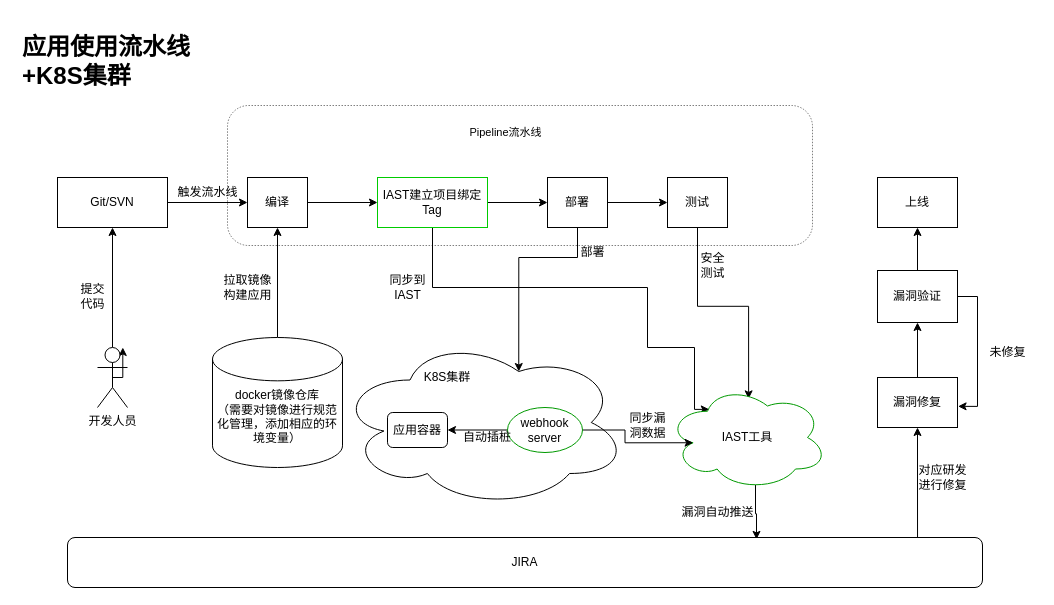
Earlier version of the draw.io diagram k8s.drawio (coutcin-xw/FlowChart). Source tidied: cells renumbered, new cells numbered last; positions are measured from the earlier drawing's top-left corner, leaving out a move shared by most shapes. Both pictures are drawn from the tidied source at 100%, with x=0, y=0 at pixel (17, 27).
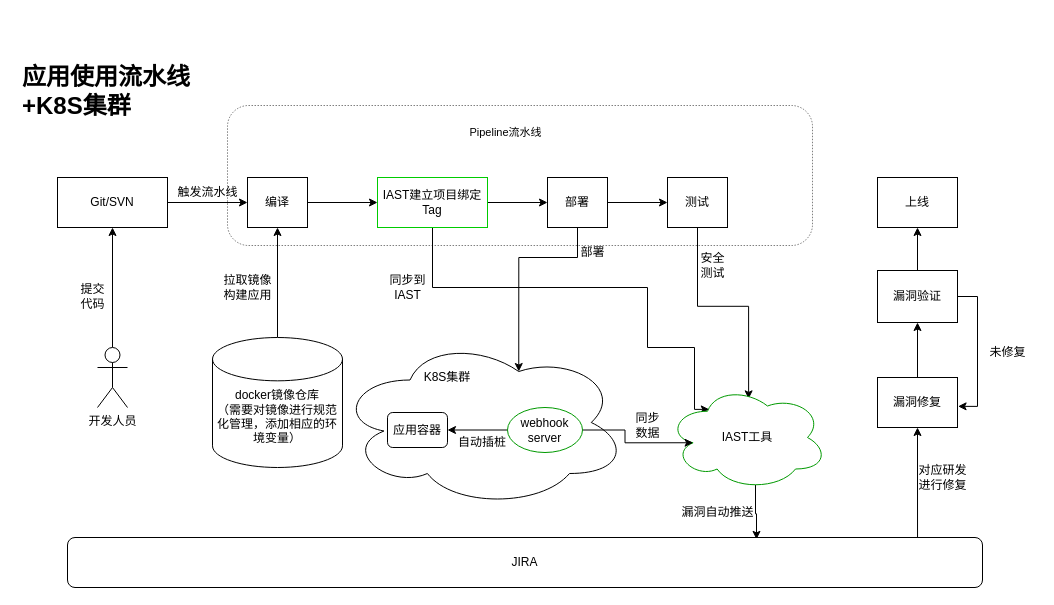
The same diagram, later.

The change refers to these unchanged cells:
```xml
<mxCell id="23" value="开发人员" style="shape=umlActor;verticalLabelPosition=bottom;verticalAlign=top;html=1;outlineConnect=0;" parent="1" vertex="1">
  <mxGeometry x="80" y="320" width="30" height="60" as="geometry" />
</mxCell>
```

Change to the diagram source:
```diff
@@
-    <mxCell id="22" style="edgeStyle=orthogonalEdgeStyle;rounded=0;jettySize=auto;html=1;exitX=0.5;exitY=0.5;exitDx=0;exitDy=0;exitPerimeter=0;" parent="1" edge="1" source="23">
-      <mxGeometry relative="1" as="geometry">
-        <mxPoint x="105.3" y="320" as="targetPoint" />
-      </mxGeometry>
-    </mxCell>
@@
     <mxCell id="30" value="&lt;h1&gt;应用使用流水线+K8S集群&lt;/h1&gt;" style="text;html=1;strokeColor=none;fillColor=none;spacing=5;spacingTop=-20;whiteSpace=wrap;overflow=hidden;rounded=0;" parent="1" vertex="1">
-      <mxGeometry width="190" height="120" as="geometry" />
+      <mxGeometry y="30" width="190" height="90" as="geometry" />
     </mxCell>
@@
     <mxCell id="40" value="自动插桩" style="text;html=1;strokeColor=none;fillColor=none;align=center;verticalAlign=middle;whiteSpace=wrap;rounded=0;" parent="1" vertex="1">
-      <mxGeometry x="440" y="400" width="60" height="20" as="geometry" />
+      <mxGeometry x="435" y="405" width="60" height="20" as="geometry" />
     </mxCell>
-    <mxCell id="41" value="同步漏&lt;br&gt;洞数据" style="text;html=1;align=center;verticalAlign=middle;strokeColor=none;fillColor=none;" parent="1" vertex="1">
-      <mxGeometry x="600" y="377.5" width="60" height="40" as="geometry" />
+    <mxCell id="41" value="同步&lt;br&gt;数据" style="text;html=1;align=center;verticalAlign=middle;strokeColor=none;fillColor=none;" parent="1" vertex="1">
+      <mxGeometry x="605" y="377.5" width="50" height="40" as="geometry" />
     </mxCell>
```
